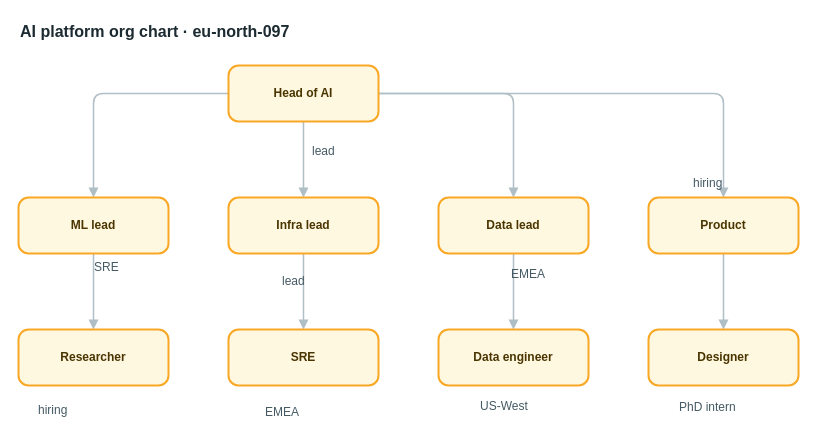
Before: apps/web/public/samples/library/097-ai-platform-org-chart.drawio in AryanG01/open-apprentice, a draw.io diagram. Source tidied: cells renumbered, new cells numbered last; positions are measured from the earlier drawing's top-left corner, leaving out a move shared by most shapes. Both pictures are drawn from the tidied source at 100%, with x=0, y=0 at pixel (18, 17).
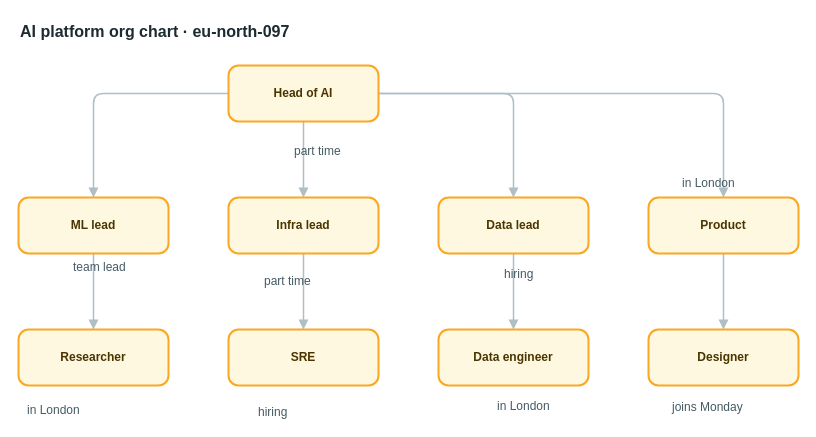
The same page after the edit.

Change to the diagram source:
```diff
@@
-    <mxCell id="20" value="lead" style="text;html=1;align=left;verticalAlign=top;whiteSpace=nowrap;spacing=0;spacingTop=0;strokeColor=none;fillColor=none;fontSize=12;fontColor=#455a64;" parent="1" vertex="1">
-      <mxGeometry x="294" y="122" width="40" height="20" as="geometry" />
+    <mxCell id="20" value="part time" style="text;html=1;align=left;verticalAlign=top;whiteSpace=nowrap;spacing=0;spacingTop=0;strokeColor=none;fillColor=none;fontSize=12;fontColor=#455a64;" parent="1" vertex="1">
+      <mxGeometry x="276" y="122" width="75" height="20" as="geometry" />
     </mxCell>
-    <mxCell id="21" value="SRE" style="text;html=1;align=left;verticalAlign=top;whiteSpace=nowrap;spacing=0;spacingTop=0;strokeColor=none;fillColor=none;fontSize=12;fontColor=#455a64;" parent="1" vertex="1">
-      <mxGeometry x="76" y="238" width="33" height="20" as="geometry" />
+    <mxCell id="21" value="team lead" style="text;html=1;align=left;verticalAlign=top;whiteSpace=nowrap;spacing=0;spacingTop=0;strokeColor=none;fillColor=none;fontSize=12;fontColor=#455a64;" parent="1" vertex="1">
+      <mxGeometry x="55" y="238" width="75" height="20" as="geometry" />
     </mxCell>
-    <mxCell id="22" value="lead" style="text;html=1;align=left;verticalAlign=top;whiteSpace=nowrap;spacing=0;spacingTop=0;strokeColor=none;fillColor=none;fontSize=12;fontColor=#455a64;" parent="1" vertex="1">
-      <mxGeometry x="264" y="252" width="40" height="20" as="geometry" />
+    <mxCell id="22" value="part time" style="text;html=1;align=left;verticalAlign=top;whiteSpace=nowrap;spacing=0;spacingTop=0;strokeColor=none;fillColor=none;fontSize=12;fontColor=#455a64;" parent="1" vertex="1">
+      <mxGeometry x="246" y="252" width="75" height="20" as="geometry" />
     </mxCell>
-    <mxCell id="23" value="EMEA" style="text;html=1;align=left;verticalAlign=top;whiteSpace=nowrap;spacing=0;spacingTop=0;strokeColor=none;fillColor=none;fontSize=12;fontColor=#455a64;" parent="1" vertex="1">
-      <mxGeometry x="493" y="245" width="40" height="20" as="geometry" />
+    <mxCell id="23" value="hiring" style="text;html=1;align=left;verticalAlign=top;whiteSpace=nowrap;spacing=0;spacingTop=0;strokeColor=none;fillColor=none;fontSize=12;fontColor=#455a64;" parent="1" vertex="1">
+      <mxGeometry x="486" y="245" width="54" height="20" as="geometry" />
     </mxCell>
-    <mxCell id="24" value="hiring" style="text;html=1;align=left;verticalAlign=top;whiteSpace=nowrap;spacing=0;spacingTop=0;strokeColor=none;fillColor=none;fontSize=12;fontColor=#455a64;" parent="1" vertex="1">
-      <mxGeometry x="675" y="154" width="54" height="20" as="geometry" />
+    <mxCell id="24" value="in London" style="text;html=1;align=left;verticalAlign=top;whiteSpace=nowrap;spacing=0;spacingTop=0;strokeColor=none;fillColor=none;fontSize=12;fontColor=#455a64;" parent="1" vertex="1">
+      <mxGeometry x="664" y="154" width="75" height="20" as="geometry" />
     </mxCell>
-    <mxCell id="25" value="hiring" style="text;html=1;align=left;verticalAlign=top;whiteSpace=nowrap;spacing=0;spacingTop=0;strokeColor=none;fillColor=none;fontSize=12;fontColor=#455a64;" parent="1" vertex="1">
-      <mxGeometry x="20" y="381" width="54" height="20" as="geometry" />
+    <mxCell id="25" value="in London" style="text;html=1;align=left;verticalAlign=top;whiteSpace=nowrap;spacing=0;spacingTop=0;strokeColor=none;fillColor=none;fontSize=12;fontColor=#455a64;" parent="1" vertex="1">
+      <mxGeometry x="9" y="381" width="75" height="20" as="geometry" />
     </mxCell>
-    <mxCell id="26" value="EMEA" style="text;html=1;align=left;verticalAlign=top;whiteSpace=nowrap;spacing=0;spacingTop=0;strokeColor=none;fillColor=none;fontSize=12;fontColor=#455a64;" parent="1" vertex="1">
-      <mxGeometry x="247" y="383" width="40" height="20" as="geometry" />
+    <mxCell id="26" value="hiring" style="text;html=1;align=left;verticalAlign=top;whiteSpace=nowrap;spacing=0;spacingTop=0;strokeColor=none;fillColor=none;fontSize=12;fontColor=#455a64;" parent="1" vertex="1">
+      <mxGeometry x="240" y="383" width="54" height="20" as="geometry" />
     </mxCell>
-    <mxCell id="27" value="US-West" style="text;html=1;align=left;verticalAlign=top;whiteSpace=nowrap;spacing=0;spacingTop=0;strokeColor=none;fillColor=none;fontSize=12;fontColor=#455a64;" parent="1" vertex="1">
-      <mxGeometry x="462" y="377" width="61" height="20" as="geometry" />
+    <mxCell id="27" value="in London" style="text;html=1;align=left;verticalAlign=top;whiteSpace=nowrap;spacing=0;spacingTop=0;strokeColor=none;fillColor=none;fontSize=12;fontColor=#455a64;" parent="1" vertex="1">
+      <mxGeometry x="479" y="377" width="75" height="20" as="geometry" />
     </mxCell>
-    <mxCell id="28" value="PhD intern" style="text;html=1;align=left;verticalAlign=top;whiteSpace=nowrap;spacing=0;spacingTop=0;strokeColor=none;fillColor=none;fontSize=12;fontColor=#455a64;" parent="1" vertex="1">
-      <mxGeometry x="661" y="378" width="82" height="20" as="geometry" />
+    <mxCell id="28" value="joins Monday" style="text;html=1;align=left;verticalAlign=top;whiteSpace=nowrap;spacing=0;spacingTop=0;strokeColor=none;fillColor=none;fontSize=12;fontColor=#455a64;" parent="1" vertex="1">
+      <mxGeometry x="654" y="378" width="96" height="20" as="geometry" />
     </mxCell>
```
